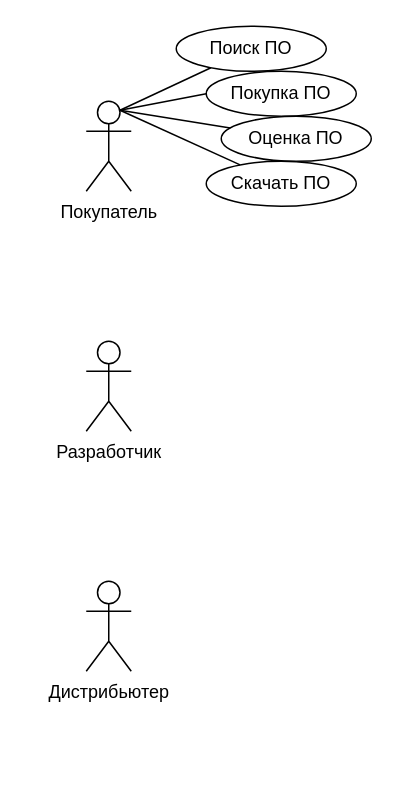
This is Untitled Diagram.drawio from NikitaGusevZ/FirstRepository, a draw.io file, before an edit. Source tidied: cells renumbered, new cells numbered last; positions are measured from the earlier drawing's top-left corner, leaving out a move shared by most shapes. Both pictures are drawn from the tidied source at 150%, with x=0, y=0 at pixel (86, 26).
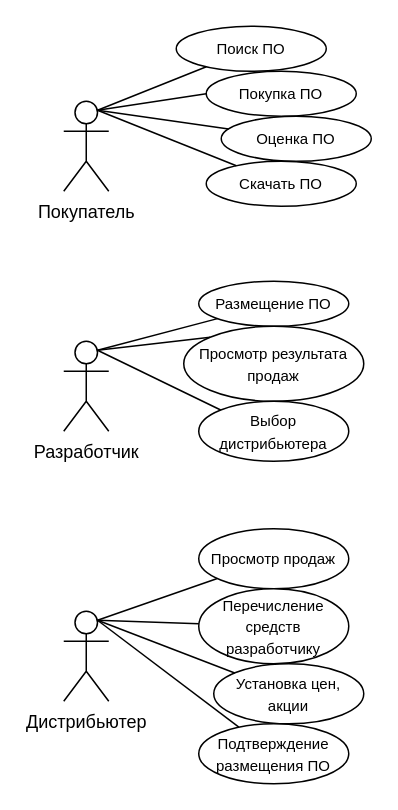
Above is the later version.

What changed in the source:
```diff
@@
     <mxCell id="2" value="Покупатель" style="shape=umlActor;verticalLabelPosition=bottom;verticalAlign=top;html=1;" parent="1" vertex="1">
-      <mxGeometry y="50" width="30" height="60" as="geometry" />
+      <mxGeometry x="-15" y="50" width="30" height="60" as="geometry" />
     </mxCell>
     <mxCell id="3" value="Дистрибьютер" style="shape=umlActor;verticalLabelPosition=bottom;verticalAlign=top;html=1;" parent="1" vertex="1">
-      <mxGeometry y="370" width="30" height="60" as="geometry" />
+      <mxGeometry x="-15" y="390" width="30" height="60" as="geometry" />
     </mxCell>
     <mxCell id="4" value="Разработчик" style="shape=umlActor;verticalLabelPosition=bottom;verticalAlign=top;html=1;" parent="1" vertex="1">
-      <mxGeometry y="210" width="30" height="60" as="geometry" />
+      <mxGeometry x="-15" y="210" width="30" height="60" as="geometry" />
     </mxCell>
-    <mxCell id="5" value="Поиск ПО" style="ellipse;whiteSpace=wrap;html=1;" parent="1" vertex="1">
+    <mxCell id="5" value="&lt;font style=&quot;font-size: 10px&quot;&gt;Поиск ПО&lt;/font&gt;" style="ellipse;whiteSpace=wrap;html=1;" parent="1" vertex="1">
       <mxGeometry x="60" width="100" height="30" as="geometry" />
     </mxCell>
-    <mxCell id="6" value="Покупка ПО" style="ellipse;whiteSpace=wrap;html=1;" parent="1" vertex="1">
+    <mxCell id="6" value="&lt;font style=&quot;font-size: 10px&quot;&gt;Покупка ПО&lt;/font&gt;" style="ellipse;whiteSpace=wrap;html=1;" parent="1" vertex="1">
       <mxGeometry x="80" y="30" width="100" height="30" as="geometry" />
     </mxCell>
-    <mxCell id="7" value="Оценка ПО" style="ellipse;whiteSpace=wrap;html=1;" parent="1" vertex="1">
+    <mxCell id="7" value="&lt;font style=&quot;font-size: 10px&quot;&gt;Оценка ПО&lt;/font&gt;" style="ellipse;whiteSpace=wrap;html=1;" parent="1" vertex="1">
       <mxGeometry x="90" y="60" width="100" height="30" as="geometry" />
     </mxCell>
-    <mxCell id="8" value="Скачать ПО" style="ellipse;whiteSpace=wrap;html=1;" parent="1" vertex="1">
+    <mxCell id="8" value="&lt;font style=&quot;font-size: 10px&quot;&gt;Скачать ПО&lt;/font&gt;" style="ellipse;whiteSpace=wrap;html=1;" parent="1" vertex="1">
       <mxGeometry x="80" y="90" width="100" height="30" as="geometry" />
     </mxCell>
@@
+    <mxCell id="13" value="&lt;font style=&quot;font-size: 10px&quot;&gt;Размещение ПО&lt;/font&gt;" style="ellipse;whiteSpace=wrap;html=1;" parent="1" vertex="1">
+      <mxGeometry x="75" y="170" width="100" height="30" as="geometry" />
+    </mxCell>
+    <mxCell id="14" value="&lt;font style=&quot;font-size: 10px&quot;&gt;Просмотр результата продаж&lt;/font&gt;" style="ellipse;whiteSpace=wrap;html=1;" parent="1" vertex="1">
+      <mxGeometry x="65" y="200" width="120" height="50" as="geometry" />
+    </mxCell>
+    <mxCell id="15" value="&lt;font size=&quot;1&quot;&gt;Выбор дистрибьютера&lt;/font&gt;" style="ellipse;whiteSpace=wrap;html=1;" parent="1" vertex="1">
+      <mxGeometry x="75" y="250" width="100" height="40" as="geometry" />
+    </mxCell>
+    <mxCell id="16" style="endArrow=none;html=1;exitX=0.75;exitY=0.1;exitDx=0;exitDy=0;exitPerimeter=0;" parent="1" edge="1" source="4" target="13">
+      <mxGeometry relative="1" as="geometry" />
+    </mxCell>
+    <mxCell id="17" style="endArrow=none;html=1;exitX=0.75;exitY=0.1;exitDx=0;exitDy=0;exitPerimeter=0;entryX=0;entryY=0;entryDx=0;entryDy=0;" parent="1" edge="1" source="4" target="14">
+      <mxGeometry relative="1" as="geometry" />
+    </mxCell>
+    <mxCell id="18" style="endArrow=none;html=1;exitX=0.75;exitY=0.1;exitDx=0;exitDy=0;exitPerimeter=0;entryX=0;entryY=0;entryDx=0;entryDy=0;" parent="1" edge="1" source="4" target="15">
+      <mxGeometry relative="1" as="geometry" />
+    </mxCell>
+    <mxCell id="19" value="&lt;font size=&quot;1&quot;&gt;Просмотр продаж&lt;/font&gt;" style="ellipse;whiteSpace=wrap;html=1;" parent="1" vertex="1">
+      <mxGeometry x="75" y="335" width="100" height="40" as="geometry" />
+    </mxCell>
+    <mxCell id="20" value="&lt;font size=&quot;1&quot;&gt;Перечисление средств разработчику&lt;/font&gt;" style="ellipse;whiteSpace=wrap;html=1;" parent="1" vertex="1">
+      <mxGeometry x="75" y="375" width="100" height="50" as="geometry" />
+    </mxCell>
+    <mxCell id="21" value="&lt;font size=&quot;1&quot;&gt;Установка цен,&lt;br&gt;акции&lt;br&gt;&lt;/font&gt;" style="ellipse;whiteSpace=wrap;html=1;" parent="1" vertex="1">
+      <mxGeometry x="85" y="425" width="100" height="40" as="geometry" />
+    </mxCell>
+    <mxCell id="22" value="&lt;font size=&quot;1&quot;&gt;Подтверждение&lt;br&gt;размещения ПО&lt;br&gt;&lt;/font&gt;" style="ellipse;whiteSpace=wrap;html=1;" parent="1" vertex="1">
+      <mxGeometry x="75" y="465" width="100" height="40" as="geometry" />
+    </mxCell>
+    <mxCell id="23" style="endArrow=none;html=1;exitX=0.75;exitY=0.1;exitDx=0;exitDy=0;exitPerimeter=0;" parent="1" edge="1" source="3" target="19">
+      <mxGeometry relative="1" as="geometry" />
+    </mxCell>
+    <mxCell id="24" style="endArrow=none;html=1;exitX=0.75;exitY=0.1;exitDx=0;exitDy=0;exitPerimeter=0;" parent="1" edge="1" source="3" target="20">
+      <mxGeometry relative="1" as="geometry" />
+    </mxCell>
+    <mxCell id="25" style="endArrow=none;html=1;exitX=0.75;exitY=0.1;exitDx=0;exitDy=0;exitPerimeter=0;" parent="1" edge="1" source="3" target="21">
+      <mxGeometry relative="1" as="geometry" />
+    </mxCell>
+    <mxCell id="26" style="endArrow=none;html=1;exitX=0.75;exitY=0.1;exitDx=0;exitDy=0;exitPerimeter=0;" parent="1" edge="1" source="3" target="22">
+      <mxGeometry relative="1" as="geometry" />
+    </mxCell>
```
